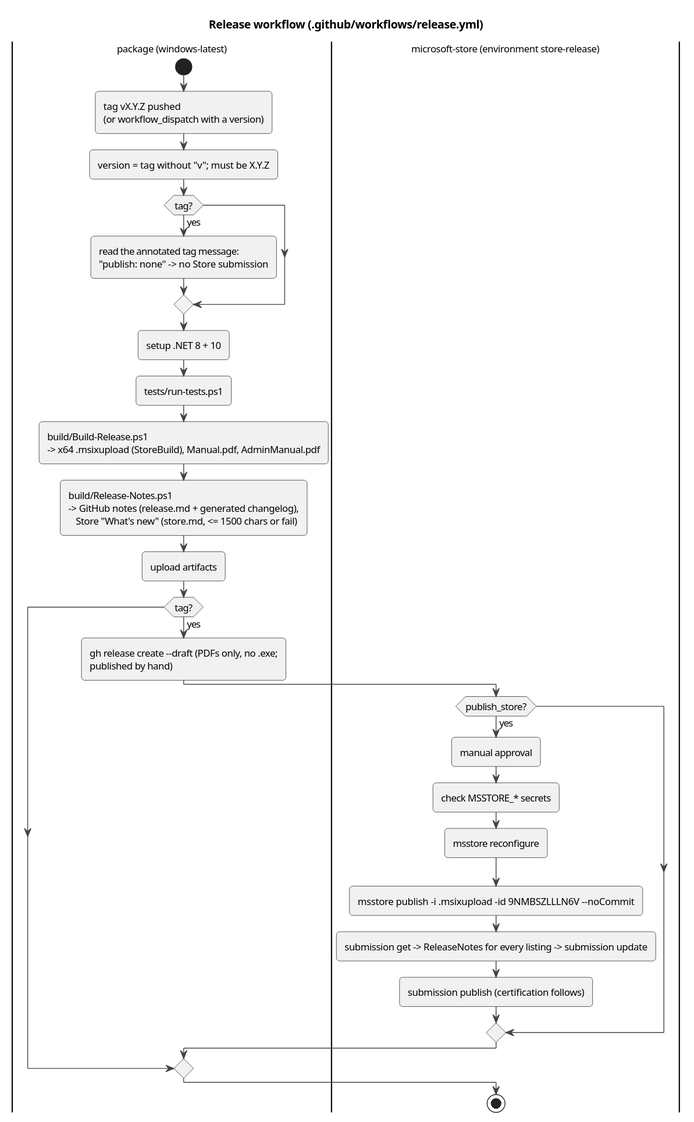
Above: docs/architecture/diagrams/act-release.svg in halatsWol/TextTemplateManager-v2 (PlantUML), before the change.
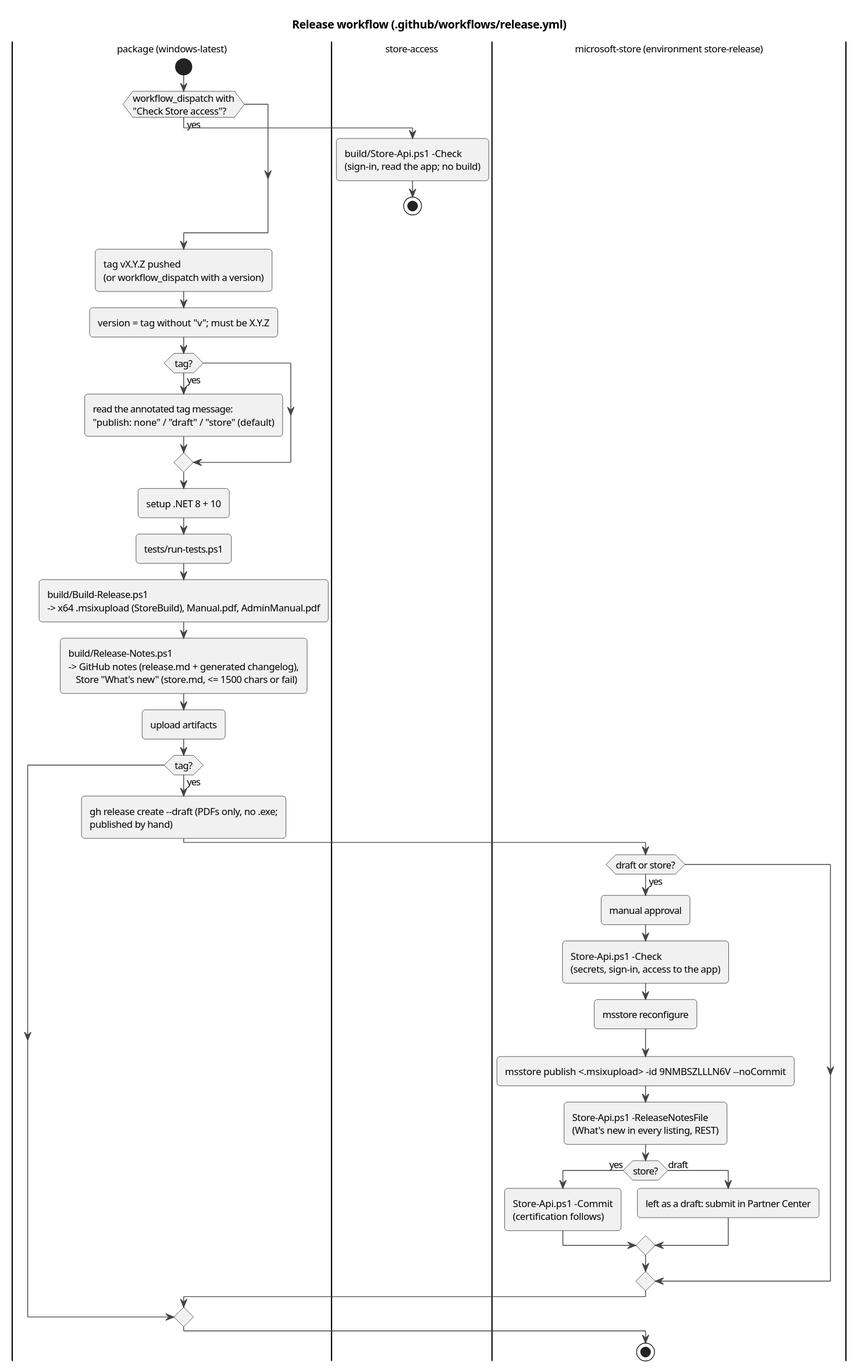
The same diagram one commit later.

Commit message:
release: Store access check run, publish: draft, What is new and commit through the Partner Center API, upload-artifact v5

Diff of the diagram source:
```diff
@@ -4,10 +4,16 @@
 
 |package (windows-latest)|
 start
+if (workflow_dispatch with\n"Check Store access"?) then (yes)
+  |store-access|
+  :build/Store-Api.ps1 -Check\n(sign-in, read the app; no build);
+  stop
+endif
+|package (windows-latest)|
 :tag vX.Y.Z pushed\n(or workflow_dispatch with a version);
 :version = tag without "v"; must be X.Y.Z;
 if (tag?) then (yes)
-  :read the annotated tag message:\n"publish: none" -> no Store submission;
+  :read the annotated tag message:\n"publish: none" / "draft" / "store" (default);
 endif
 :setup .NET 8 + 10;
 :tests/run-tests.ps1;
@@ -17,13 +23,17 @@
 if (tag?) then (yes)
   :gh release create --draft (PDFs only, no .exe;\npublished by hand);
   |microsoft-store (environment store-release)|
-  if (publish_store?) then (yes)
+  if (draft or store?) then (yes)
     :manual approval;
-    :check MSSTORE_* secrets;
+    :Store-Api.ps1 -Check\n(secrets, sign-in, access to the app);
     :msstore reconfigure;
-    :msstore publish -i .msixupload -id 9NMBSZLLLN6V --noCommit;
-    :submission get -> ReleaseNotes for every listing -> submission update;
-    :submission publish (certification follows);
+    :msstore publish <.msixupload> -id 9NMBSZLLLN6V --noCommit;
+    :Store-Api.ps1 -ReleaseNotesFile\n(What's new in every listing, REST);
+    if (store?) then (yes)
+      :Store-Api.ps1 -Commit\n(certification follows);
+    else (draft)
+      :left as a draft: submit in Partner Center;
+    endif
   endif
 endif
 stop
```
